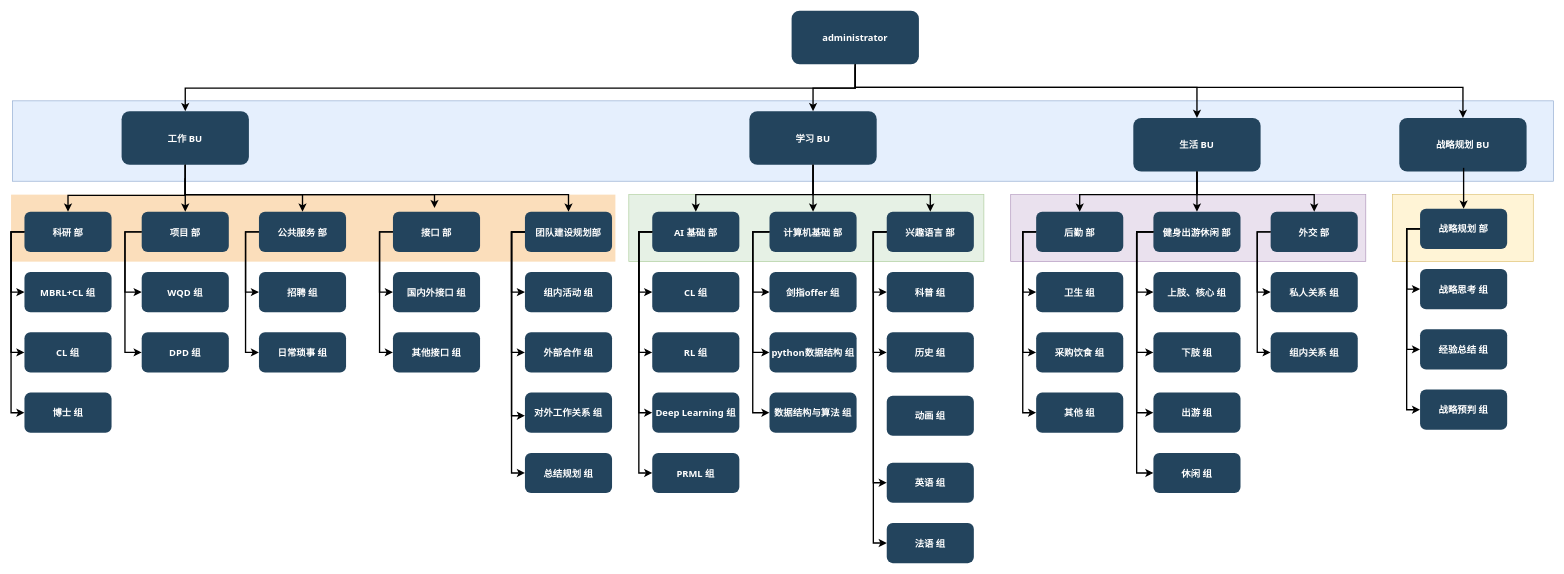
Newsteinwell/Drawio keeps this draw.io diagram as department_structure.drawio. Above is the earlier version. Source tidied: cells renumbered, new cells numbered last; positions are measured from the earlier drawing's top-left corner, leaving out a move shared by most shapes. Both pictures are drawn from the tidied source at 67%, with x=0, y=0 at pixel (11, 11).
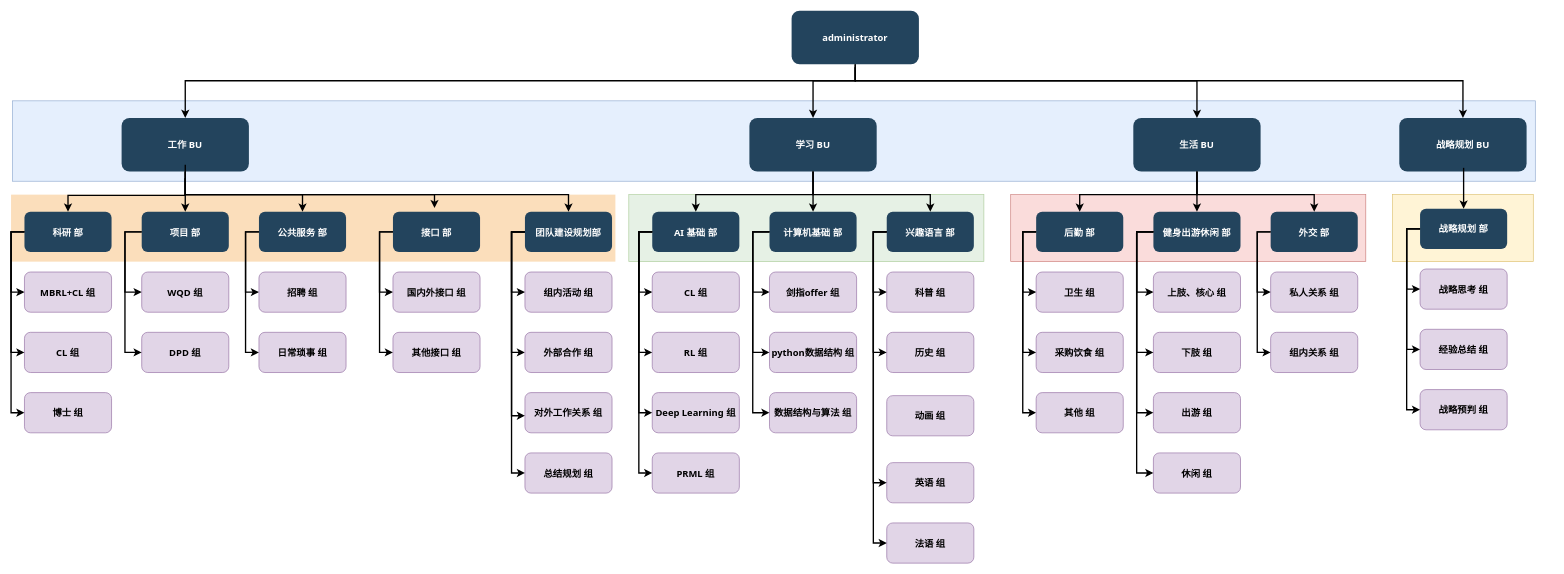
After the change.

The change refers to these unchanged cells:
```xml
<mxCell id="7" value="administrator" style="rounded=1;fillColor=#23445D;gradientColor=none;strokeColor=none;fontColor=#FFFFFF;fontStyle=1;fontFamily=Tahoma;fontSize=14;" parent="1" vertex="1">
  <mxGeometry x="1165" y="-0.5" width="190" height="80" as="geometry" />
</mxCell>
<mxCell id="8" value="生活 BU" style="rounded=1;fillColor=#23445D;gradientColor=none;strokeColor=none;fontColor=#FFFFFF;fontStyle=1;fontFamily=Tahoma;fontSize=14;" parent="1" vertex="1">
  <mxGeometry x="1675" y="159.5" width="190" height="80" as="geometry" />
</mxCell>
<mxCell id="101" value="战略规划 BU" style="rounded=1;fillColor=#23445D;gradientColor=none;strokeColor=none;fontColor=#FFFFFF;fontStyle=1;fontFamily=Tahoma;fontSize=14;" parent="1" vertex="1">
  <mxGeometry x="2072" y="159.5" width="190" height="80" as="geometry" />
</mxCell>
```

Diff of the diagram source:
```diff
@@
-    <mxCell id="3" style="fillColor=#e1d5e7;strokeColor=#9673a6;opacity=70;" parent="1" vertex="1">
+    <mxCell id="3" style="fillColor=#f8cecc;strokeColor=#b85450;opacity=70;" parent="1" vertex="1">
       <mxGeometry x="1492" y="274" width="530" height="100" as="geometry" />
     </mxCell>
@@
     <mxCell id="5" style="fillColor=#dae8fc;strokeColor=#6c8ebf;opacity=70;" parent="1" vertex="1">
-      <mxGeometry x="2" y="134" width="2300" height="120" as="geometry" />
+      <mxGeometry x="2" y="134" width="2273" height="120" as="geometry" />
     </mxCell>
@@
     <mxCell id="9" style="edgeStyle=elbowEdgeStyle;elbow=vertical;strokeWidth=2;rounded=0;" parent="1" edge="1" target="8">
       <mxGeometry x="432" y="215.5" as="geometry">
         <mxPoint x="1260" y="84" as="sourcePoint" />
         <Array as="points">
-          <mxPoint x="1310" y="114" />
+          <mxPoint x="1515" y="104" />
         </Array>
       </mxGeometry>
     </mxCell>
     <mxCell id="10" value="学习 BU" style="rounded=1;fillColor=#23445D;gradientColor=none;strokeColor=none;fontColor=#FFFFFF;fontStyle=1;fontFamily=Tahoma;fontSize=14;" parent="1" vertex="1">
-      <mxGeometry x="1102" y="149.5" width="190" height="80" as="geometry" />
+      <mxGeometry x="1102" y="159.5" width="190" height="80" as="geometry" />
     </mxCell>
     <mxCell id="11" value="工作 BU" style="rounded=1;fillColor=#23445D;gradientColor=none;strokeColor=none;fontColor=#FFFFFF;fontStyle=1;fontFamily=Tahoma;fontSize=14;" parent="1" vertex="1">
-      <mxGeometry x="165" y="149.5" width="190" height="80" as="geometry" />
+      <mxGeometry x="165" y="159.5" width="190" height="80" as="geometry" />
     </mxCell>
@@
-    <mxCell id="13" value="CL 组" style="rounded=1;fillColor=#23445D;gradientColor=none;strokeColor=none;fontColor=#FFFFFF;fontStyle=1;fontFamily=Tahoma;fontSize=14;" parent="1" vertex="1">
+    <mxCell id="13" value="CL 组" style="rounded=1;fillColor=#e1d5e7;strokeColor=#9673a6;fontStyle=1;fontFamily=Tahoma;fontSize=14;" parent="1" vertex="1">
       <mxGeometry x="957" y="389.5" width="130" height="60" as="geometry" />
     </mxCell>
-    <mxCell id="14" value="RL 组" style="rounded=1;fillColor=#23445D;gradientColor=none;strokeColor=none;fontColor=#FFFFFF;fontStyle=1;fontFamily=Tahoma;fontSize=14;" parent="1" vertex="1">
+    <mxCell id="14" value="RL 组" style="rounded=1;fillColor=#e1d5e7;strokeColor=#9673a6;fontStyle=1;fontFamily=Tahoma;fontSize=14;" parent="1" vertex="1">
       <mxGeometry x="957" y="479.5" width="130" height="60" as="geometry" />
     </mxCell>
-    <mxCell id="15" value="Deep Learning 组" style="rounded=1;fillColor=#23445D;gradientColor=none;strokeColor=none;fontColor=#FFFFFF;fontStyle=1;fontFamily=Tahoma;fontSize=14;" parent="1" vertex="1">
+    <mxCell id="15" value="Deep Learning 组" style="rounded=1;fillColor=#e1d5e7;strokeColor=#9673a6;fontStyle=1;fontFamily=Tahoma;fontSize=14;" parent="1" vertex="1">
       <mxGeometry x="957" y="569.5" width="130" height="60" as="geometry" />
     </mxCell>
@@
-    <mxCell id="17" value="剑指offer 组" style="rounded=1;fillColor=#23445D;gradientColor=none;strokeColor=none;fontColor=#FFFFFF;fontStyle=1;fontFamily=Tahoma;fontSize=14;" parent="1" vertex="1">
+    <mxCell id="17" value="剑指offer 组" style="rounded=1;fillColor=#e1d5e7;strokeColor=#9673a6;fontStyle=1;fontFamily=Tahoma;fontSize=14;" parent="1" vertex="1">
       <mxGeometry x="1132" y="389.5" width="130" height="60" as="geometry" />
     </mxCell>
-    <mxCell id="18" value="python数据结构 组" style="rounded=1;fillColor=#23445D;gradientColor=none;strokeColor=none;fontColor=#FFFFFF;fontStyle=1;fontFamily=Tahoma;fontSize=14;" parent="1" vertex="1">
+    <mxCell id="18" value="python数据结构 组" style="rounded=1;fillColor=#e1d5e7;strokeColor=#9673a6;fontStyle=1;fontFamily=Tahoma;fontSize=14;" parent="1" vertex="1">
       <mxGeometry x="1132" y="479.5" width="130" height="60" as="geometry" />
     </mxCell>
-    <mxCell id="19" value="数据结构与算法 组" style="rounded=1;fillColor=#23445D;gradientColor=none;strokeColor=none;fontColor=#FFFFFF;fontStyle=1;fontFamily=Tahoma;fontSize=14;" parent="1" vertex="1">
+    <mxCell id="19" value="数据结构与算法 组" style="rounded=1;fillColor=#e1d5e7;strokeColor=#9673a6;fontStyle=1;fontFamily=Tahoma;fontSize=14;" parent="1" vertex="1">
       <mxGeometry x="1132" y="569.5" width="130" height="60" as="geometry" />
     </mxCell>
@@
-    <mxCell id="21" value="科普 组" style="rounded=1;fillColor=#23445D;gradientColor=none;strokeColor=none;fontColor=#FFFFFF;fontStyle=1;fontFamily=Tahoma;fontSize=14;" parent="1" vertex="1">
+    <mxCell id="21" value="科普 组" style="rounded=1;fillColor=#e1d5e7;strokeColor=#9673a6;fontStyle=1;fontFamily=Tahoma;fontSize=14;" parent="1" vertex="1">
       <mxGeometry x="1307" y="389.5" width="130" height="60" as="geometry" />
     </mxCell>
-    <mxCell id="22" value="历史 组" style="rounded=1;fillColor=#23445D;gradientColor=none;strokeColor=none;fontColor=#FFFFFF;fontStyle=1;fontFamily=Tahoma;fontSize=14;" parent="1" vertex="1">
+    <mxCell id="22" value="历史 组" style="rounded=1;fillColor=#e1d5e7;strokeColor=#9673a6;fontStyle=1;fontFamily=Tahoma;fontSize=14;" parent="1" vertex="1">
       <mxGeometry x="1307" y="479.5" width="130" height="60" as="geometry" />
     </mxCell>
-    <mxCell id="23" value="英语 组" style="rounded=1;fillColor=#23445D;gradientColor=none;strokeColor=none;fontColor=#FFFFFF;fontStyle=1;fontFamily=Tahoma;fontSize=14;" parent="1" vertex="1">
+    <mxCell id="23" value="英语 组" style="rounded=1;fillColor=#e1d5e7;strokeColor=#9673a6;fontStyle=1;fontFamily=Tahoma;fontSize=14;" parent="1" vertex="1">
       <mxGeometry x="1307" y="674" width="130" height="60" as="geometry" />
     </mxCell>
-    <mxCell id="24" value="法语 组" style="rounded=1;fillColor=#23445D;gradientColor=none;strokeColor=none;fontColor=#FFFFFF;fontStyle=1;fontFamily=Tahoma;fontSize=14;" parent="1" vertex="1">
+    <mxCell id="24" value="法语 组" style="rounded=1;fillColor=#e1d5e7;strokeColor=#9673a6;fontStyle=1;fontFamily=Tahoma;fontSize=14;" parent="1" vertex="1">
       <mxGeometry x="1307" y="764" width="130" height="60" as="geometry" />
     </mxCell>
@@
-    <mxCell id="26" value="卫生 组" style="rounded=1;fillColor=#23445D;gradientColor=none;strokeColor=none;fontColor=#FFFFFF;fontStyle=1;fontFamily=Tahoma;fontSize=14;" parent="1" vertex="1">
+    <mxCell id="26" value="卫生 组" style="rounded=1;fillColor=#e1d5e7;strokeColor=#9673a6;fontStyle=1;fontFamily=Tahoma;fontSize=14;" parent="1" vertex="1">
       <mxGeometry x="1530" y="389.5" width="130" height="60" as="geometry" />
     </mxCell>
-    <mxCell id="27" value="采购饮食 组" style="rounded=1;fillColor=#23445D;gradientColor=none;strokeColor=none;fontColor=#FFFFFF;fontStyle=1;fontFamily=Tahoma;fontSize=14;" parent="1" vertex="1">
+    <mxCell id="27" value="采购饮食 组" style="rounded=1;fillColor=#e1d5e7;strokeColor=#9673a6;fontStyle=1;fontFamily=Tahoma;fontSize=14;" parent="1" vertex="1">
       <mxGeometry x="1530" y="479.5" width="130" height="60" as="geometry" />
     </mxCell>
@@
-    <mxCell id="29" value="上肢、核心 组" style="rounded=1;fillColor=#23445D;gradientColor=none;strokeColor=none;fontColor=#FFFFFF;fontStyle=1;fontFamily=Tahoma;fontSize=14;" parent="1" vertex="1">
+    <mxCell id="29" value="上肢、核心 组" style="rounded=1;fillColor=#e1d5e7;strokeColor=#9673a6;fontStyle=1;fontFamily=Tahoma;fontSize=14;" parent="1" vertex="1">
       <mxGeometry x="1705" y="389.5" width="130" height="60" as="geometry" />
     </mxCell>
-    <mxCell id="30" value="下肢 组" style="rounded=1;fillColor=#23445D;gradientColor=none;strokeColor=none;fontColor=#FFFFFF;fontStyle=1;fontFamily=Tahoma;fontSize=14;" parent="1" vertex="1">
+    <mxCell id="30" value="下肢 组" style="rounded=1;fillColor=#e1d5e7;strokeColor=#9673a6;fontStyle=1;fontFamily=Tahoma;fontSize=14;" parent="1" vertex="1">
       <mxGeometry x="1705" y="479.5" width="130" height="60" as="geometry" />
     </mxCell>
-    <mxCell id="31" value="出游 组" style="rounded=1;fillColor=#23445D;gradientColor=none;strokeColor=none;fontColor=#FFFFFF;fontStyle=1;fontFamily=Tahoma;fontSize=14;" parent="1" vertex="1">
+    <mxCell id="31" value="出游 组" style="rounded=1;fillColor=#e1d5e7;strokeColor=#9673a6;fontStyle=1;fontFamily=Tahoma;fontSize=14;" parent="1" vertex="1">
       <mxGeometry x="1705" y="569.5" width="130" height="60" as="geometry" />
     </mxCell>
@@
-    <mxCell id="33" value="私人关系 组" style="rounded=1;fillColor=#23445D;gradientColor=none;strokeColor=none;fontColor=#FFFFFF;fontStyle=1;fontFamily=Tahoma;fontSize=14;" parent="1" vertex="1">
+    <mxCell id="33" value="私人关系 组" style="rounded=1;fillColor=#e1d5e7;strokeColor=#9673a6;fontStyle=1;fontFamily=Tahoma;fontSize=14;" parent="1" vertex="1">
       <mxGeometry x="1880" y="389.5" width="130" height="60" as="geometry" />
     </mxCell>
-    <mxCell id="34" value="组内关系 组" style="rounded=1;fillColor=#23445D;gradientColor=none;strokeColor=none;fontColor=#FFFFFF;fontStyle=1;fontFamily=Tahoma;fontSize=14;" parent="1" vertex="1">
+    <mxCell id="34" value="组内关系 组" style="rounded=1;fillColor=#e1d5e7;strokeColor=#9673a6;fontStyle=1;fontFamily=Tahoma;fontSize=14;" parent="1" vertex="1">
       <mxGeometry x="1880" y="479.5" width="130" height="60" as="geometry" />
     </mxCell>
-    <mxCell id="35" style="edgeStyle=elbowEdgeStyle;elbow=vertical;strokeWidth=2;rounded=0;" parent="1" edge="1" source="7" target="10">
-      <mxGeometry x="442" y="225.5" as="geometry" />
+    <mxCell id="35" style="edgeStyle=elbowEdgeStyle;elbow=vertical;strokeWidth=2;rounded=0;entryX=0.5;entryY=0;entryDx=0;entryDy=0;" parent="1" edge="1" target="10">
+      <mxGeometry x="442" y="225.5" as="geometry">
+        <mxPoint x="1260" y="84" as="sourcePoint" />
+        <Array as="points">
+          <mxPoint x="1225" y="104" />
+        </Array>
+      </mxGeometry>
     </mxCell>
     <mxCell id="36" style="edgeStyle=elbowEdgeStyle;elbow=vertical;strokeWidth=2;rounded=0;" parent="1" edge="1" source="7" target="11">
-      <mxGeometry x="72" y="135.5" as="geometry" />
+      <mxGeometry x="72" y="135.5" as="geometry">
+        <Array as="points">
+          <mxPoint x="755" y="104" />
+        </Array>
+      </mxGeometry>
     </mxCell>
@@
-    <mxCell id="62" value="MBRL+CL 组" style="rounded=1;fillColor=#23445D;gradientColor=none;strokeColor=none;fontColor=#FFFFFF;fontStyle=1;fontFamily=Tahoma;fontSize=14;" parent="1" vertex="1">
+    <mxCell id="62" value="MBRL+CL 组" style="rounded=1;fillColor=#e1d5e7;strokeColor=#9673a6;fontStyle=1;fontFamily=Tahoma;fontSize=14;" parent="1" vertex="1">
       <mxGeometry x="20" y="389.5" width="130" height="60" as="geometry" />
     </mxCell>
-    <mxCell id="63" value="CL 组" style="rounded=1;fillColor=#23445D;gradientColor=none;strokeColor=none;fontColor=#FFFFFF;fontStyle=1;fontFamily=Tahoma;fontSize=14;" parent="1" vertex="1">
+    <mxCell id="63" value="CL 组" style="rounded=1;fillColor=#e1d5e7;strokeColor=#9673a6;fontStyle=1;fontFamily=Tahoma;fontSize=14;" parent="1" vertex="1">
       <mxGeometry x="20" y="479.5" width="130" height="60" as="geometry" />
     </mxCell>
@@
-    <mxCell id="65" value="WQD 组" style="rounded=1;fillColor=#23445D;gradientColor=none;strokeColor=none;fontColor=#FFFFFF;fontStyle=1;fontFamily=Tahoma;fontSize=14;" parent="1" vertex="1">
+    <mxCell id="65" value="WQD 组" style="rounded=1;fillColor=#e1d5e7;strokeColor=#9673a6;fontStyle=1;fontFamily=Tahoma;fontSize=14;" parent="1" vertex="1">
       <mxGeometry x="195" y="389.5" width="130" height="60" as="geometry" />
     </mxCell>
-    <mxCell id="66" value="DPD 组" style="rounded=1;fillColor=#23445D;gradientColor=none;strokeColor=none;fontColor=#FFFFFF;fontStyle=1;fontFamily=Tahoma;fontSize=14;" parent="1" vertex="1">
+    <mxCell id="66" value="DPD 组" style="rounded=1;fillColor=#e1d5e7;strokeColor=#9673a6;fontStyle=1;fontFamily=Tahoma;fontSize=14;" parent="1" vertex="1">
       <mxGeometry x="195" y="479.5" width="130" height="60" as="geometry" />
     </mxCell>
@@
-    <mxCell id="68" value="招聘 组" style="rounded=1;fillColor=#23445D;gradientColor=none;strokeColor=none;fontColor=#FFFFFF;fontStyle=1;fontFamily=Tahoma;fontSize=14;" parent="1" vertex="1">
+    <mxCell id="68" value="招聘 组" style="rounded=1;fillColor=#e1d5e7;strokeColor=#9673a6;fontStyle=1;fontFamily=Tahoma;fontSize=14;" parent="1" vertex="1">
       <mxGeometry x="370" y="389.5" width="130" height="60" as="geometry" />
     </mxCell>
-    <mxCell id="69" value="日常琐事 组" style="rounded=1;fillColor=#23445D;gradientColor=none;strokeColor=none;fontColor=#FFFFFF;fontStyle=1;fontFamily=Tahoma;fontSize=14;" parent="1" vertex="1">
+    <mxCell id="69" value="日常琐事 组" style="rounded=1;fillColor=#e1d5e7;strokeColor=#9673a6;fontStyle=1;fontFamily=Tahoma;fontSize=14;" parent="1" vertex="1">
       <mxGeometry x="370" y="479.5" width="130" height="60" as="geometry" />
     </mxCell>
@@
-    <mxCell id="79" value="博士 组" style="rounded=1;fillColor=#23445D;gradientColor=none;strokeColor=none;fontColor=#FFFFFF;fontStyle=1;fontFamily=Tahoma;fontSize=14;" parent="1" vertex="1">
+    <mxCell id="79" value="博士 组" style="rounded=1;fillColor=#e1d5e7;strokeColor=#9673a6;fontStyle=1;fontFamily=Tahoma;fontSize=14;" parent="1" vertex="1">
       <mxGeometry x="20" y="569.5" width="130" height="60" as="geometry" />
     </mxCell>
@@
-    <mxCell id="83" value="组内活动 组" style="rounded=1;fillColor=#23445D;gradientColor=none;strokeColor=none;fontColor=#FFFFFF;fontStyle=1;fontFamily=Tahoma;fontSize=14;" parent="1" vertex="1">
+    <mxCell id="83" value="组内活动 组" style="rounded=1;fillColor=#e1d5e7;strokeColor=#9673a6;fontStyle=1;fontFamily=Tahoma;fontSize=14;" parent="1" vertex="1">
       <mxGeometry x="767" y="389.5" width="130" height="60" as="geometry" />
     </mxCell>
@@
-    <mxCell id="86" value="国内外接口 组" style="rounded=1;fillColor=#23445D;gradientColor=none;strokeColor=none;fontColor=#FFFFFF;fontStyle=1;fontFamily=Tahoma;fontSize=14;" parent="1" vertex="1">
+    <mxCell id="86" value="国内外接口 组" style="rounded=1;fillColor=#e1d5e7;strokeColor=#9673a6;fontStyle=1;fontFamily=Tahoma;fontSize=14;" parent="1" vertex="1">
       <mxGeometry x="570" y="389.5" width="130" height="60" as="geometry" />
     </mxCell>
-    <mxCell id="87" value="其他接口 组" style="rounded=1;fillColor=#23445D;gradientColor=none;strokeColor=none;fontColor=#FFFFFF;fontStyle=1;fontFamily=Tahoma;fontSize=14;" parent="1" vertex="1">
+    <mxCell id="87" value="其他接口 组" style="rounded=1;fillColor=#e1d5e7;strokeColor=#9673a6;fontStyle=1;fontFamily=Tahoma;fontSize=14;" parent="1" vertex="1">
       <mxGeometry x="570" y="479.5" width="130" height="60" as="geometry" />
     </mxCell>
@@
-    <mxCell id="91" value="外部合作 组" style="rounded=1;fillColor=#23445D;gradientColor=none;strokeColor=none;fontColor=#FFFFFF;fontStyle=1;fontFamily=Tahoma;fontSize=14;" parent="1" vertex="1">
+    <mxCell id="91" value="外部合作 组" style="rounded=1;fillColor=#e1d5e7;strokeColor=#9673a6;fontStyle=1;fontFamily=Tahoma;fontSize=14;" parent="1" vertex="1">
       <mxGeometry x="767" y="479.5" width="130" height="60" as="geometry" />
     </mxCell>
-    <mxCell id="92" value="对外工作关系 组" style="rounded=1;fillColor=#23445D;gradientColor=none;strokeColor=none;fontColor=#FFFFFF;fontStyle=1;fontFamily=Tahoma;fontSize=14;" parent="1" vertex="1">
+    <mxCell id="92" value="对外工作关系 组" style="rounded=1;fillColor=#e1d5e7;strokeColor=#9673a6;fontStyle=1;fontFamily=Tahoma;fontSize=14;" parent="1" vertex="1">
       <mxGeometry x="767" y="569.5" width="130" height="60" as="geometry" />
     </mxCell>
@@
-    <mxCell id="94" value="总结规划 组" style="rounded=1;fillColor=#23445D;gradientColor=none;strokeColor=none;fontColor=#FFFFFF;fontStyle=1;fontFamily=Tahoma;fontSize=14;" parent="1" vertex="1">
+    <mxCell id="94" value="总结规划 组" style="rounded=1;fillColor=#e1d5e7;strokeColor=#9673a6;fontStyle=1;fontFamily=Tahoma;fontSize=14;" parent="1" vertex="1">
       <mxGeometry x="767" y="659.5" width="130" height="60" as="geometry" />
     </mxCell>
@@
-    <mxCell id="96" value="PRML 组" style="rounded=1;fillColor=#23445D;gradientColor=none;strokeColor=none;fontColor=#FFFFFF;fontStyle=1;fontFamily=Tahoma;fontSize=14;" parent="1" vertex="1">
+    <mxCell id="96" value="PRML 组" style="rounded=1;fillColor=#e1d5e7;strokeColor=#9673a6;fontStyle=1;fontFamily=Tahoma;fontSize=14;" parent="1" vertex="1">
       <mxGeometry x="957" y="659.5" width="130" height="60" as="geometry" />
     </mxCell>
@@
-    <mxCell id="98" value="其他 组" style="rounded=1;fillColor=#23445D;gradientColor=none;strokeColor=none;fontColor=#FFFFFF;fontStyle=1;fontFamily=Tahoma;fontSize=14;" parent="1" vertex="1">
+    <mxCell id="98" value="其他 组" style="rounded=1;fillColor=#e1d5e7;strokeColor=#9673a6;fontStyle=1;fontFamily=Tahoma;fontSize=14;" parent="1" vertex="1">
       <mxGeometry x="1530" y="569.5" width="130" height="60" as="geometry" />
     </mxCell>
-    <mxCell id="99" value="动画 组" style="rounded=1;fillColor=#23445D;gradientColor=none;strokeColor=none;fontColor=#FFFFFF;fontStyle=1;fontFamily=Tahoma;fontSize=14;" parent="1" vertex="1">
+    <mxCell id="99" value="动画 组" style="rounded=1;fillColor=#e1d5e7;strokeColor=#9673a6;fontStyle=1;fontFamily=Tahoma;fontSize=14;" parent="1" vertex="1">
       <mxGeometry x="1307" y="574" width="130" height="60" as="geometry" />
     </mxCell>
@@
     <mxCell id="102" style="edgeStyle=elbowEdgeStyle;elbow=vertical;strokeWidth=2;rounded=0;entryX=0.5;entryY=0;entryDx=0;entryDy=0;exitX=0.5;exitY=1;exitDx=0;exitDy=0;" parent="1" edge="1" source="7" target="101">
       <mxGeometry x="442" y="225.5" as="geometry">
         <Array as="points">
-          <mxPoint x="1672" y="114" />
+          <mxPoint x="1705" y="104" />
           <mxPoint x="1472" y="24" />
           <mxPoint x="1320" y="124" />
         </Array>
       </mxGeometry>
     </mxCell>
@@
-    <mxCell id="104" value="战略思考 组" style="rounded=1;fillColor=#23445D;gradientColor=none;strokeColor=none;fontColor=#FFFFFF;fontStyle=1;fontFamily=Tahoma;fontSize=14;" parent="1" vertex="1">
+    <mxCell id="104" value="战略思考 组" style="rounded=1;fillColor=#e1d5e7;strokeColor=#9673a6;fontStyle=1;fontFamily=Tahoma;fontSize=14;" parent="1" vertex="1">
       <mxGeometry x="2103" y="385" width="130" height="60" as="geometry" />
     </mxCell>
-    <mxCell id="105" value="经验总结 组" style="rounded=1;fillColor=#23445D;gradientColor=none;strokeColor=none;fontColor=#FFFFFF;fontStyle=1;fontFamily=Tahoma;fontSize=14;" parent="1" vertex="1">
+    <mxCell id="105" value="经验总结 组" style="rounded=1;fillColor=#e1d5e7;strokeColor=#9673a6;fontStyle=1;fontFamily=Tahoma;fontSize=14;" parent="1" vertex="1">
       <mxGeometry x="2103" y="475" width="130" height="60" as="geometry" />
     </mxCell>
@@
-    <mxCell id="108" value="战略预判 组" style="rounded=1;fillColor=#23445D;gradientColor=none;strokeColor=none;fontColor=#FFFFFF;fontStyle=1;fontFamily=Tahoma;fontSize=14;" parent="1" vertex="1">
+    <mxCell id="108" value="战略预判 组" style="rounded=1;fillColor=#e1d5e7;strokeColor=#9673a6;fontStyle=1;fontFamily=Tahoma;fontSize=14;" parent="1" vertex="1">
       <mxGeometry x="2103" y="565" width="130" height="60" as="geometry" />
     </mxCell>
@@
-    <mxCell id="111" value="休闲 组" style="rounded=1;fillColor=#23445D;gradientColor=none;strokeColor=none;fontColor=#FFFFFF;fontStyle=1;fontFamily=Tahoma;fontSize=14;" parent="1" vertex="1">
+    <mxCell id="111" value="休闲 组" style="rounded=1;fillColor=#e1d5e7;strokeColor=#9673a6;fontStyle=1;fontFamily=Tahoma;fontSize=14;" parent="1" vertex="1">
       <mxGeometry x="1705" y="659.5" width="130" height="60" as="geometry" />
     </mxCell>
```
